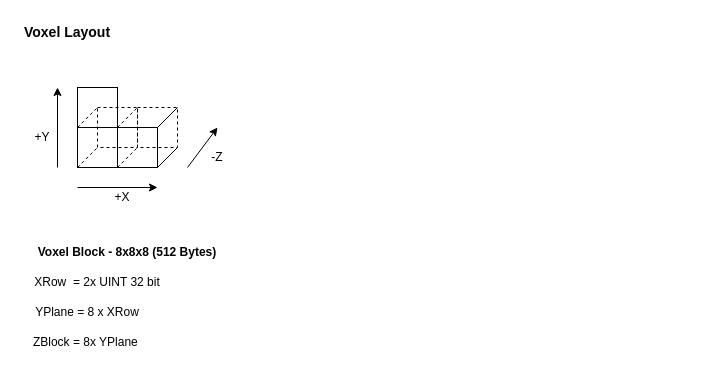
This is page "Page-2" (2 of 2) of Projection.drawio from ThunkingMan/CPP-VSC-OpenGL-RayTrace, a draw.io file, before an edit. Source tidied: cells renumbered, new cells numbered last; positions are measured from the earlier drawing's top-left corner, leaving out a move shared by most shapes. Both pictures are drawn from the tidied source at 100%, with x=0, y=0 at pixel (17, 17).
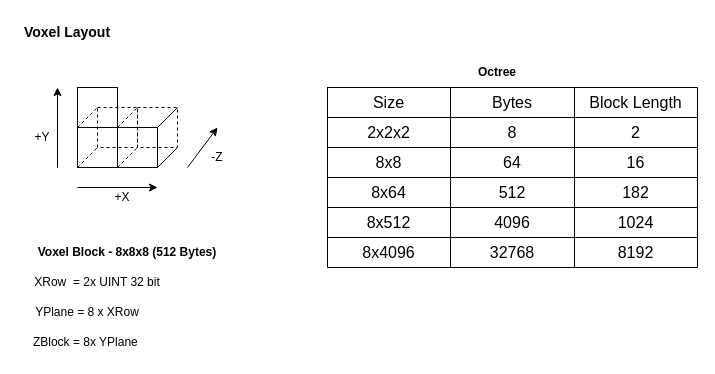
Above is the later version.

What changed in the source:
```diff
@@
+    <mxCell id="24" value="Octree" style="text;html=1;align=center;verticalAlign=middle;whiteSpace=wrap;rounded=0;fontStyle=1;" parent="1" vertex="1">
+      <mxGeometry x="450" y="40" width="60" height="30" as="geometry" />
+    </mxCell>
+    <mxCell id="25" style="shape=table;startSize=0;childLayout=tableLayout;fontSize=16;" parent="1" vertex="1">
+      <mxGeometry x="310" y="70" width="370" height="180" as="geometry" />
+    </mxCell>
+    <mxCell id="26" style="shape=tableRow;horizontal=0;startSize=0;swimlaneHead=0;swimlaneBody=0;strokeColor=inherit;top=0;left=0;bottom=0;right=0;fillColor=none;fontSize=16;" parent="25" vertex="1">
+      <mxGeometry width="370" height="30" as="geometry" />
+    </mxCell>
+    <mxCell id="27" value="Size" style="shape=partialRectangle;html=1;whiteSpace=wrap;strokeColor=inherit;overflow=hidden;fillColor=none;top=0;left=0;bottom=0;right=0;fontSize=16;" parent="26" vertex="1">
+      <mxGeometry width="123" height="30" as="geometry" />
+    </mxCell>
+    <mxCell id="28" value="Bytes" style="shape=partialRectangle;html=1;whiteSpace=wrap;strokeColor=inherit;overflow=hidden;fillColor=none;top=0;left=0;bottom=0;right=0;fontSize=16;" parent="26" vertex="1">
+      <mxGeometry x="123" width="124" height="30" as="geometry" />
+    </mxCell>
+    <mxCell id="29" value="Block Length" style="shape=partialRectangle;html=1;whiteSpace=wrap;strokeColor=inherit;overflow=hidden;fillColor=none;top=0;left=0;bottom=0;right=0;fontSize=16;" parent="26" vertex="1">
+      <mxGeometry x="247" width="123" height="30" as="geometry" />
+    </mxCell>
+    <mxCell id="30" style="shape=tableRow;horizontal=0;startSize=0;swimlaneHead=0;swimlaneBody=0;strokeColor=inherit;top=0;left=0;bottom=0;right=0;fillColor=none;fontSize=16;" parent="25" vertex="1">
+      <mxGeometry y="30" width="370" height="30" as="geometry" />
+    </mxCell>
+    <mxCell id="31" value="2x2x2" style="shape=partialRectangle;html=1;whiteSpace=wrap;strokeColor=inherit;overflow=hidden;fillColor=none;top=0;left=0;bottom=0;right=0;fontSize=16;" parent="30" vertex="1">
+      <mxGeometry width="123" height="30" as="geometry" />
+    </mxCell>
+    <mxCell id="32" value="8" style="shape=partialRectangle;html=1;whiteSpace=wrap;strokeColor=inherit;overflow=hidden;fillColor=none;top=0;left=0;bottom=0;right=0;fontSize=16;" parent="30" vertex="1">
+      <mxGeometry x="123" width="124" height="30" as="geometry" />
+    </mxCell>
+    <mxCell id="33" value="2" style="shape=partialRectangle;html=1;whiteSpace=wrap;strokeColor=inherit;overflow=hidden;fillColor=none;top=0;left=0;bottom=0;right=0;fontSize=16;" parent="30" vertex="1">
+      <mxGeometry x="247" width="123" height="30" as="geometry" />
+    </mxCell>
+    <mxCell id="34" style="shape=tableRow;horizontal=0;startSize=0;swimlaneHead=0;swimlaneBody=0;strokeColor=inherit;top=0;left=0;bottom=0;right=0;fillColor=none;fontSize=16;" parent="25" vertex="1">
+      <mxGeometry y="60" width="370" height="30" as="geometry" />
+    </mxCell>
+    <mxCell id="35" value="8x8" style="shape=partialRectangle;html=1;whiteSpace=wrap;strokeColor=inherit;overflow=hidden;fillColor=none;top=0;left=0;bottom=0;right=0;fontSize=16;" parent="34" vertex="1">
+      <mxGeometry width="123" height="30" as="geometry" />
+    </mxCell>
+    <mxCell id="36" value="64" style="shape=partialRectangle;html=1;whiteSpace=wrap;strokeColor=inherit;overflow=hidden;fillColor=none;top=0;left=0;bottom=0;right=0;fontSize=16;" parent="34" vertex="1">
+      <mxGeometry x="123" width="124" height="30" as="geometry" />
+    </mxCell>
+    <mxCell id="37" value="16" style="shape=partialRectangle;html=1;whiteSpace=wrap;strokeColor=inherit;overflow=hidden;fillColor=none;top=0;left=0;bottom=0;right=0;fontSize=16;" parent="34" vertex="1">
+      <mxGeometry x="247" width="123" height="30" as="geometry" />
+    </mxCell>
+    <mxCell id="38" style="shape=tableRow;horizontal=0;startSize=0;swimlaneHead=0;swimlaneBody=0;strokeColor=inherit;top=0;left=0;bottom=0;right=0;fillColor=none;fontSize=16;" parent="25" vertex="1">
+      <mxGeometry y="90" width="370" height="30" as="geometry" />
+    </mxCell>
+    <mxCell id="39" value="8x64" style="shape=partialRectangle;html=1;whiteSpace=wrap;strokeColor=inherit;overflow=hidden;fillColor=none;top=0;left=0;bottom=0;right=0;fontSize=16;" parent="38" vertex="1">
+      <mxGeometry width="123" height="30" as="geometry" />
+    </mxCell>
+    <mxCell id="40" value="512" style="shape=partialRectangle;html=1;whiteSpace=wrap;strokeColor=inherit;overflow=hidden;fillColor=none;top=0;left=0;bottom=0;right=0;fontSize=16;" parent="38" vertex="1">
+      <mxGeometry x="123" width="124" height="30" as="geometry" />
+    </mxCell>
+    <mxCell id="41" value="182" style="shape=partialRectangle;html=1;whiteSpace=wrap;strokeColor=inherit;overflow=hidden;fillColor=none;top=0;left=0;bottom=0;right=0;fontSize=16;" parent="38" vertex="1">
+      <mxGeometry x="247" width="123" height="30" as="geometry" />
+    </mxCell>
+    <mxCell id="42" style="shape=tableRow;horizontal=0;startSize=0;swimlaneHead=0;swimlaneBody=0;strokeColor=inherit;top=0;left=0;bottom=0;right=0;fillColor=none;fontSize=16;" parent="25" vertex="1">
+      <mxGeometry y="120" width="370" height="30" as="geometry" />
+    </mxCell>
+    <mxCell id="43" value="8x512" style="shape=partialRectangle;html=1;whiteSpace=wrap;strokeColor=inherit;overflow=hidden;fillColor=none;top=0;left=0;bottom=0;right=0;fontSize=16;" parent="42" vertex="1">
+      <mxGeometry width="123" height="30" as="geometry" />
+    </mxCell>
+    <mxCell id="44" value="4096" style="shape=partialRectangle;html=1;whiteSpace=wrap;strokeColor=inherit;overflow=hidden;fillColor=none;top=0;left=0;bottom=0;right=0;fontSize=16;" parent="42" vertex="1">
+      <mxGeometry x="123" width="124" height="30" as="geometry" />
+    </mxCell>
+    <mxCell id="45" value="1024" style="shape=partialRectangle;html=1;whiteSpace=wrap;strokeColor=inherit;overflow=hidden;fillColor=none;top=0;left=0;bottom=0;right=0;fontSize=16;" parent="42" vertex="1">
+      <mxGeometry x="247" width="123" height="30" as="geometry" />
+    </mxCell>
+    <mxCell id="46" style="shape=tableRow;horizontal=0;startSize=0;swimlaneHead=0;swimlaneBody=0;strokeColor=inherit;top=0;left=0;bottom=0;right=0;fillColor=none;fontSize=16;" parent="25" vertex="1">
+      <mxGeometry y="150" width="370" height="30" as="geometry" />
+    </mxCell>
+    <mxCell id="47" value="8x4096" style="shape=partialRectangle;html=1;whiteSpace=wrap;strokeColor=inherit;overflow=hidden;fillColor=none;top=0;left=0;bottom=0;right=0;fontSize=16;" parent="46" vertex="1">
+      <mxGeometry width="123" height="30" as="geometry" />
+    </mxCell>
+    <mxCell id="48" value="32768" style="shape=partialRectangle;html=1;whiteSpace=wrap;strokeColor=inherit;overflow=hidden;fillColor=none;top=0;left=0;bottom=0;right=0;fontSize=16;" parent="46" vertex="1">
+      <mxGeometry x="123" width="124" height="30" as="geometry" />
+    </mxCell>
+    <mxCell id="49" value="8192" style="shape=partialRectangle;html=1;whiteSpace=wrap;strokeColor=inherit;overflow=hidden;fillColor=none;top=0;left=0;bottom=0;right=0;fontSize=16;" parent="46" vertex="1">
+      <mxGeometry x="247" width="123" height="30" as="geometry" />
+    </mxCell>
```
